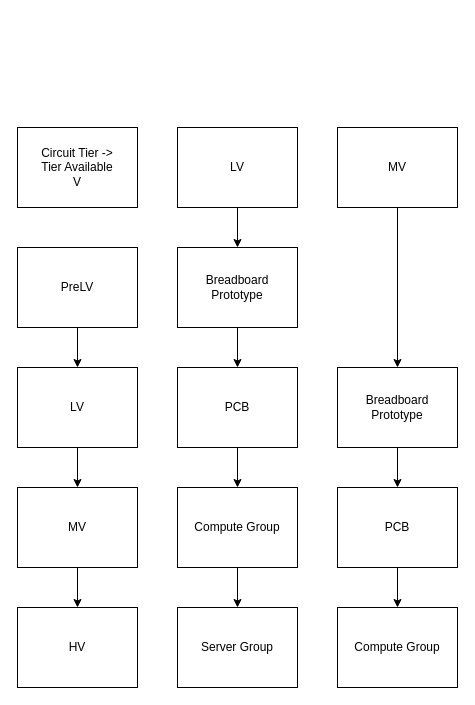
The draw.io diagram page "Circuit Progression" (3 of 3) of StarstruckProgression.drawio in MicahHaack/Starstruck, before the edit. Source tidied: cells renumbered, new cells numbered last; positions are measured from the earlier drawing's top-left corner, leaving out a move shared by most shapes. Both pictures are drawn from the tidied source at 100%, with x=0, y=0 at pixel (17, 127).
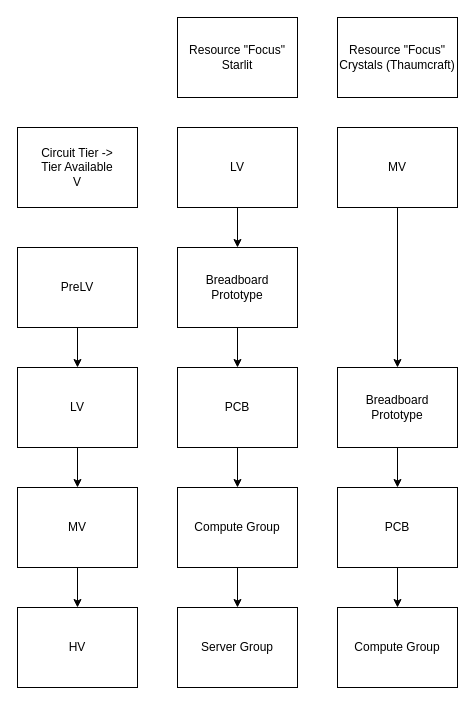
The same page after the edit.

Change to the diagram source:
```diff
@@
+    <mxCell id="26" value="&lt;div&gt;Resource &quot;Focus&quot;&lt;/div&gt;&lt;div&gt;Starlit&lt;br&gt;&lt;/div&gt;" style="rounded=0;whiteSpace=wrap;html=1;" parent="1" vertex="1">
+      <mxGeometry x="160" y="-110" width="120" height="80" as="geometry" />
+    </mxCell>
+    <mxCell id="27" value="&lt;div&gt;Resource &quot;Focus&quot;&lt;/div&gt;&lt;div&gt;Crystals (Thaumcraft)&lt;br&gt;&lt;/div&gt;" style="rounded=0;whiteSpace=wrap;html=1;" parent="1" vertex="1">
+      <mxGeometry x="320" y="-110" width="120" height="80" as="geometry" />
+    </mxCell>
```
